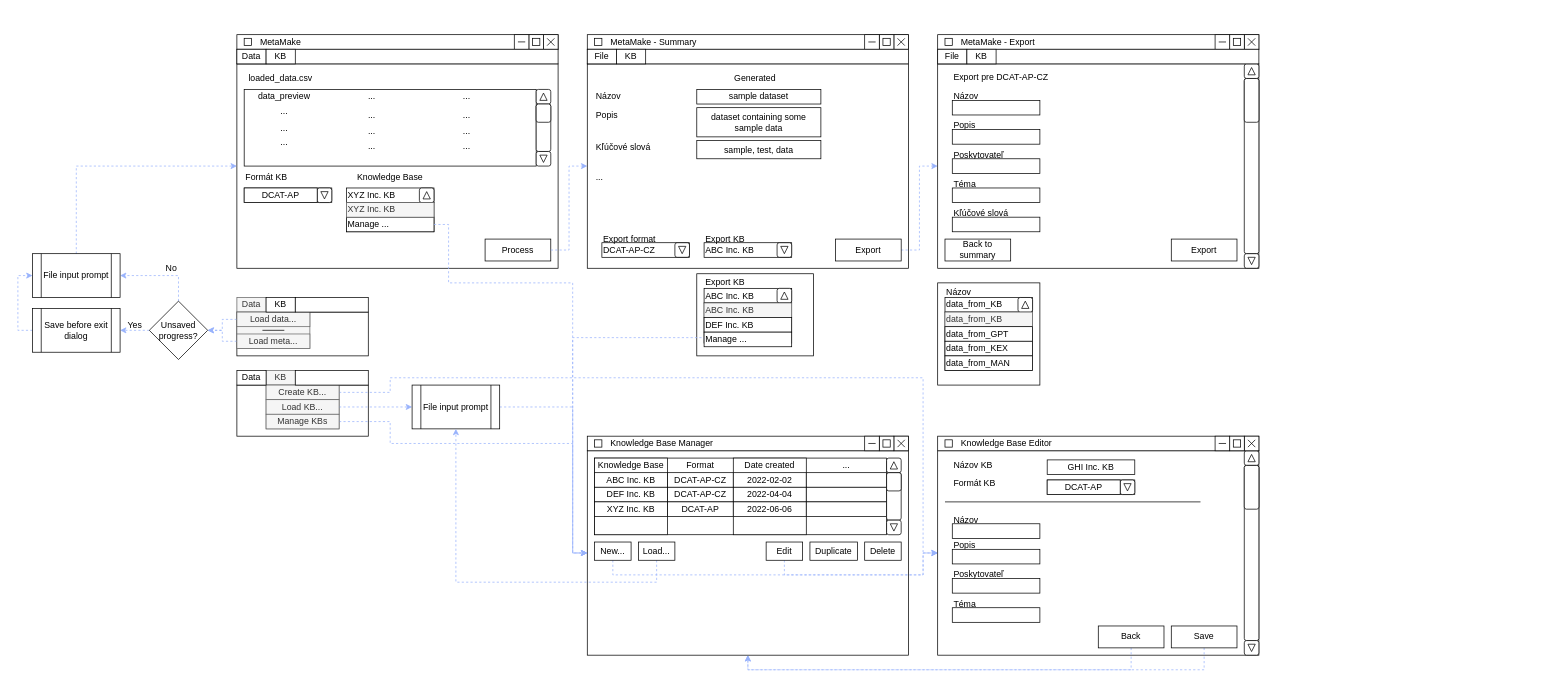
The draw.io diagram page "UI Sketch" (2 of 4) of MetaMake.drawio in SaNuelson/MetaMake, before the edit. Source tidied: cells renumbered, new cells numbered last; positions are measured from the earlier drawing's top-left corner, leaving out a move shared by most shapes. Both pictures are drawn from the tidied source at 73%, with x=0, y=0 at pixel (32, 12).
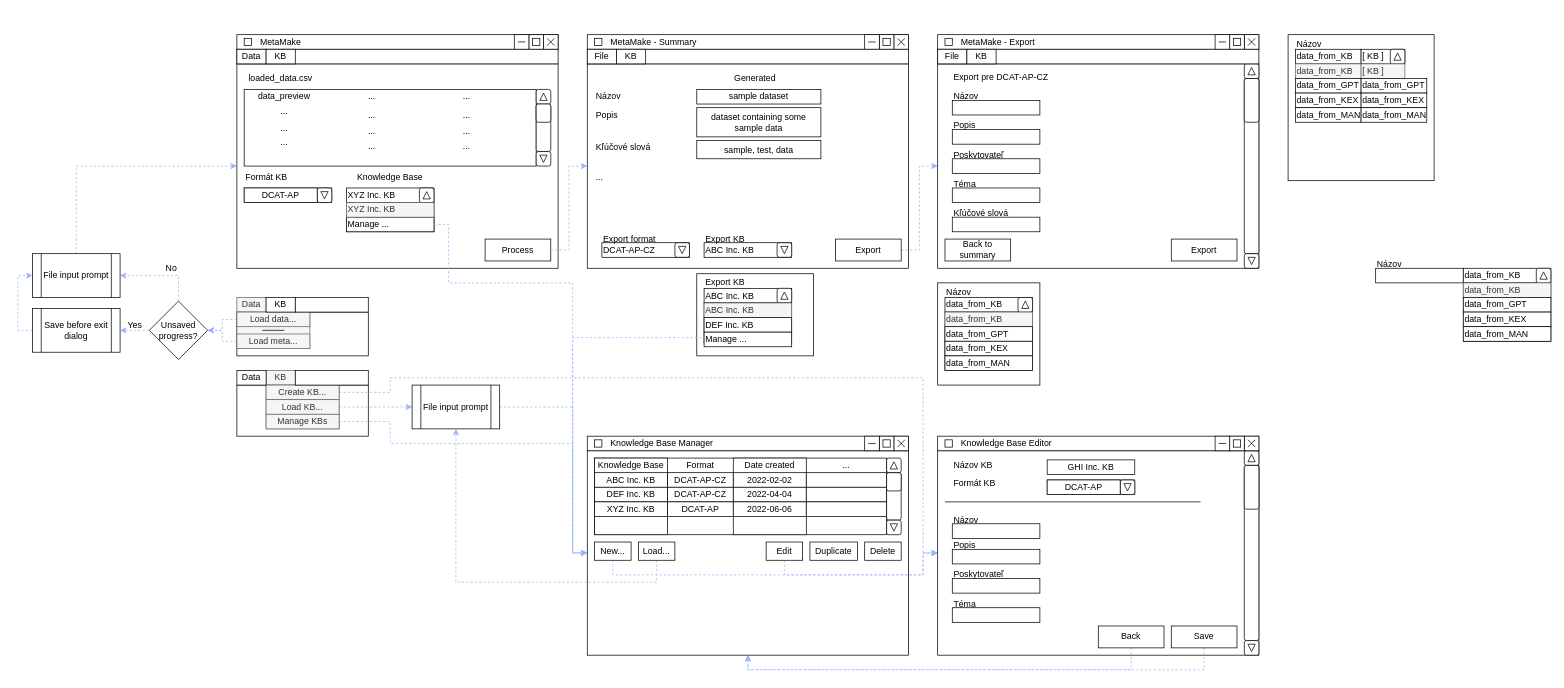
After the change.

Commit message (it also covers changes not shown here):
working input+select for meta base editor

Diff of the diagram source:
```diff
@@
+    <mxCell id="250" style="rounded=0;whiteSpace=wrap;html=1;" parent="1" vertex="1">
+      <mxGeometry x="1720" y="30" width="200" height="200" as="geometry" />
+    </mxCell>
+    <mxCell id="251" value="data_from_KB" style="rounded=0;whiteSpace=wrap;html=1;align=left;" parent="1" vertex="1">
+      <mxGeometry x="1730" y="50" width="90" height="20" as="geometry" />
+    </mxCell>
+    <mxCell id="252" value="Názov" style="text;html=1;strokeColor=none;fillColor=none;align=left;verticalAlign=middle;whiteSpace=wrap;rounded=0;" parent="1" vertex="1">
+      <mxGeometry x="1730" y="37.5" width="120" height="10" as="geometry" />
+    </mxCell>
+    <mxCell id="253" value="data_from_KB" style="rounded=0;whiteSpace=wrap;html=1;align=left;fillColor=#f5f5f5;strokeColor=#666666;fontColor=#333333;" parent="1" vertex="1">
+      <mxGeometry x="1730" y="70" width="90" height="20" as="geometry" />
+    </mxCell>
+    <mxCell id="254" value="data_from_GPT" style="rounded=0;whiteSpace=wrap;html=1;align=left;" parent="1" vertex="1">
+      <mxGeometry x="1730" y="90" width="90" height="20" as="geometry" />
+    </mxCell>
+    <mxCell id="255" value="data_from_KEX" style="rounded=0;whiteSpace=wrap;html=1;align=left;" parent="1" vertex="1">
+      <mxGeometry x="1730" y="110" width="90" height="20" as="geometry" />
+    </mxCell>
+    <mxCell id="256" value="[ KB ]" style="rounded=0;whiteSpace=wrap;html=1;align=left;" parent="1" vertex="1">
+      <mxGeometry x="1820" y="50" width="60" height="20" as="geometry" />
+    </mxCell>
+    <mxCell id="257" value="data_from_MAN" style="rounded=0;whiteSpace=wrap;html=1;align=left;" parent="1" vertex="1">
+      <mxGeometry x="1730" y="130" width="90" height="20" as="geometry" />
+    </mxCell>
+    <mxCell id="258" style="group;" parent="1" vertex="1">
+      <mxGeometry x="1860" y="50" width="20" height="20" as="geometry" />
+    </mxCell>
+    <mxCell id="259" style="rounded=1;whiteSpace=wrap;html=1;" parent="258" vertex="1">
+      <mxGeometry width="20" height="20" as="geometry" />
+    </mxCell>
+    <mxCell id="260" style="triangle;whiteSpace=wrap;html=1;rotation=-90;" parent="258" vertex="1">
+      <mxGeometry x="5" y="5" width="10" height="10" as="geometry" />
+    </mxCell>
+    <mxCell id="261" value="[ KB ]" style="rounded=0;whiteSpace=wrap;html=1;align=left;fillColor=#f5f5f5;strokeColor=#666666;fontColor=#333333;" parent="1" vertex="1">
+      <mxGeometry x="1820" y="70" width="60" height="20" as="geometry" />
+    </mxCell>
+    <mxCell id="262" value="data_from_GPT" style="rounded=0;whiteSpace=wrap;html=1;align=left;" parent="1" vertex="1">
+      <mxGeometry x="1820" y="90" width="90" height="20" as="geometry" />
+    </mxCell>
+    <mxCell id="263" value="data_from_KEX" style="rounded=0;whiteSpace=wrap;html=1;align=left;" parent="1" vertex="1">
+      <mxGeometry x="1820" y="110" width="90" height="20" as="geometry" />
+    </mxCell>
+    <mxCell id="264" value="data_from_MAN" style="rounded=0;whiteSpace=wrap;html=1;align=left;" parent="1" vertex="1">
+      <mxGeometry x="1820" y="130" width="90" height="20" as="geometry" />
+    </mxCell>
+    <mxCell id="265" style="rounded=0;whiteSpace=wrap;html=1;" parent="1" vertex="1">
+      <mxGeometry x="1840" y="350" width="120" height="20" as="geometry" />
+    </mxCell>
+    <mxCell id="266" value="Názov" style="text;html=1;strokeColor=none;fillColor=none;align=left;verticalAlign=middle;whiteSpace=wrap;rounded=0;" parent="1" vertex="1">
+      <mxGeometry x="1840" y="330" width="120" height="30" as="geometry" />
+    </mxCell>
+    <mxCell id="267" value="data_from_KB" style="rounded=0;whiteSpace=wrap;html=1;align=left;" parent="1" vertex="1">
+      <mxGeometry x="1960" y="350" width="120" height="20" as="geometry" />
+    </mxCell>
+    <mxCell id="268" style="rounded=0;whiteSpace=wrap;html=1;" parent="1" vertex="1">
+      <mxGeometry x="1960" y="370" width="120" height="80" as="geometry" />
+    </mxCell>
+    <mxCell id="269" style="rounded=1;whiteSpace=wrap;html=1;" parent="1" vertex="1">
+      <mxGeometry x="2060" y="350" width="20" height="20" as="geometry" />
+    </mxCell>
+    <mxCell id="270" style="triangle;whiteSpace=wrap;html=1;rotation=-90;" parent="1" vertex="1">
+      <mxGeometry x="2065" y="355" width="10" height="10" as="geometry" />
+    </mxCell>
+    <mxCell id="271" value="data_from_KB" style="rounded=0;whiteSpace=wrap;html=1;align=left;fillColor=#f5f5f5;strokeColor=#666666;fontColor=#333333;" parent="1" vertex="1">
+      <mxGeometry x="1960" y="370" width="120" height="20" as="geometry" />
+    </mxCell>
+    <mxCell id="272" value="data_from_GPT" style="rounded=0;whiteSpace=wrap;html=1;align=left;" parent="1" vertex="1">
+      <mxGeometry x="1960" y="390" width="120" height="20" as="geometry" />
+    </mxCell>
+    <mxCell id="273" value="data_from_KEX" style="rounded=0;whiteSpace=wrap;html=1;align=left;" parent="1" vertex="1">
+      <mxGeometry x="1960" y="410" width="120" height="20" as="geometry" />
+    </mxCell>
+    <mxCell id="274" value="data_from_MAN" style="rounded=0;whiteSpace=wrap;html=1;align=left;" parent="1" vertex="1">
+      <mxGeometry x="1960" y="430" width="120" height="20" as="geometry" />
+    </mxCell>
```
